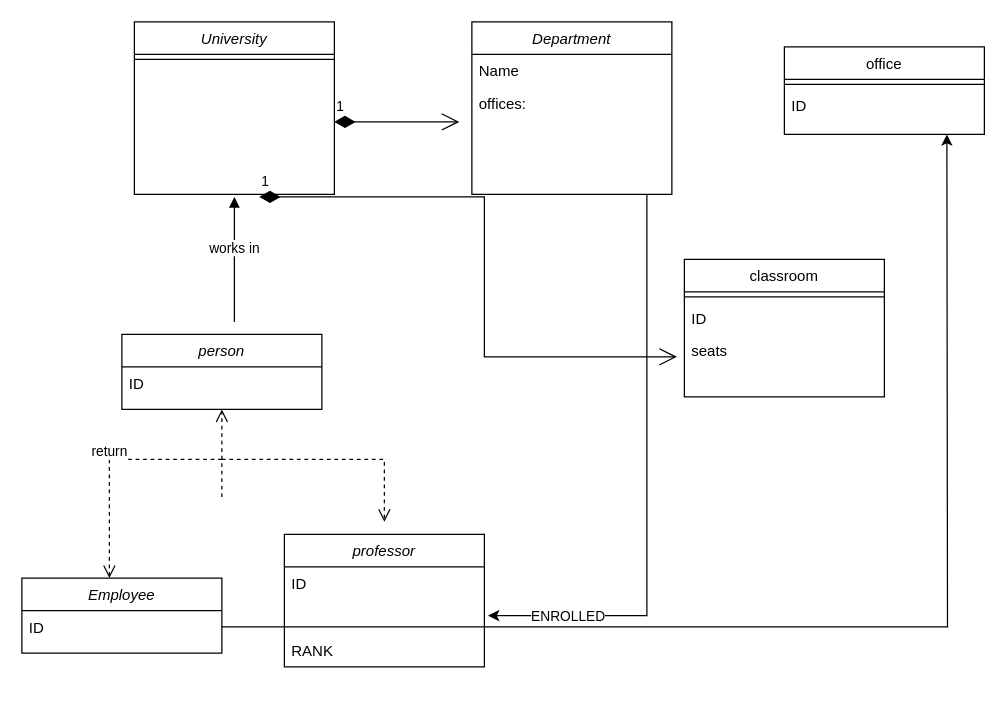
Before: Untitled Diagram.drawio in 1ebenezer/SoftwareModeling, a draw.io diagram. Source tidied: cells renumbered, new cells numbered last; positions are measured from the earlier drawing's top-left corner, leaving out a move shared by most shapes. Both pictures are drawn from the tidied source at 125%, with x=0, y=0 at pixel (21, 21).
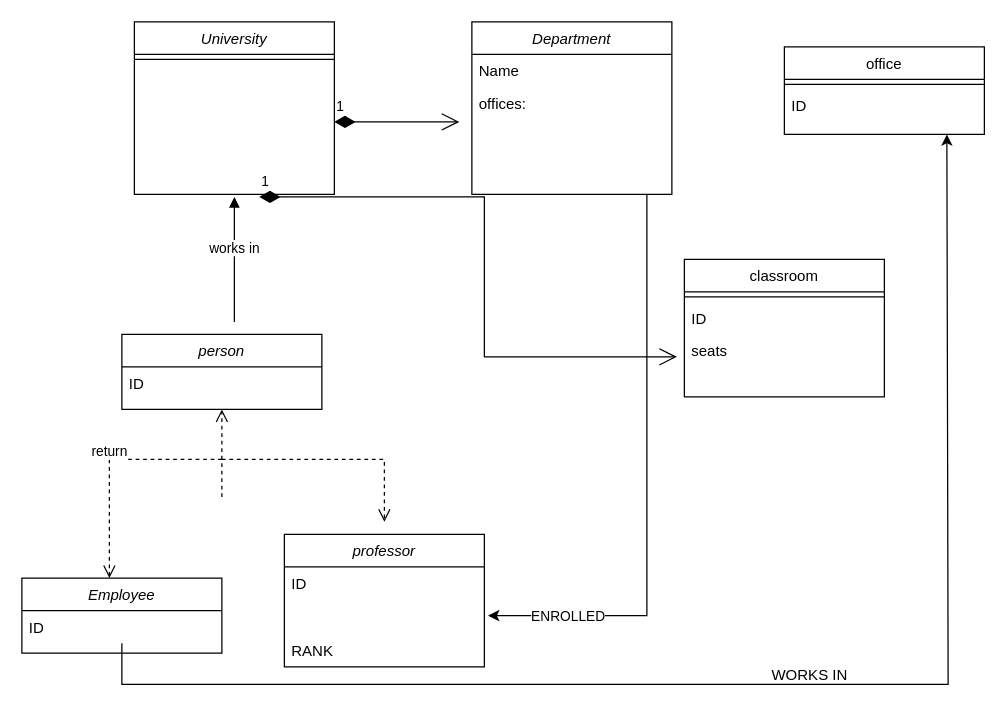
After the change.

Unchanged cells that the change refers to:
```xml
<mxCell id="22" value="ID" style="text;align=left;verticalAlign=top;spacingLeft=4;spacingRight=4;overflow=hidden;points=[[0,0.5],[1,0.5]];portConstraint=eastwest;" parent="21" vertex="1">
  <mxGeometry y="26" width="160" height="26" as="geometry" />
</mxCell>
```

Diff of the diagram source:
```diff
@@
-<mxGraphModel>
+<mxGraphModel background="#ffffff">
@@
     <mxCell id="29" style="edgeStyle=orthogonalEdgeStyle;rounded=0;jettySize=auto;html=1;" parent="1" edge="1" source="22">
       <mxGeometry relative="1" as="geometry">
         <mxPoint x="740" y="90" as="targetPoint" />
+        <Array as="points">
+          <mxPoint x="80" y="530" />
+          <mxPoint x="741" y="530" />
+          <mxPoint x="741" y="90" />
+        </Array>
       </mxGeometry>
     </mxCell>
+    <mxCell id="30" value="WORKS IN" style="text;html=1;align=center;verticalAlign=middle;strokeColor=none;fillColor=none;" parent="1" vertex="1">
+      <mxGeometry x="590" y="508" width="80" height="30" as="geometry" />
+    </mxCell>
```
